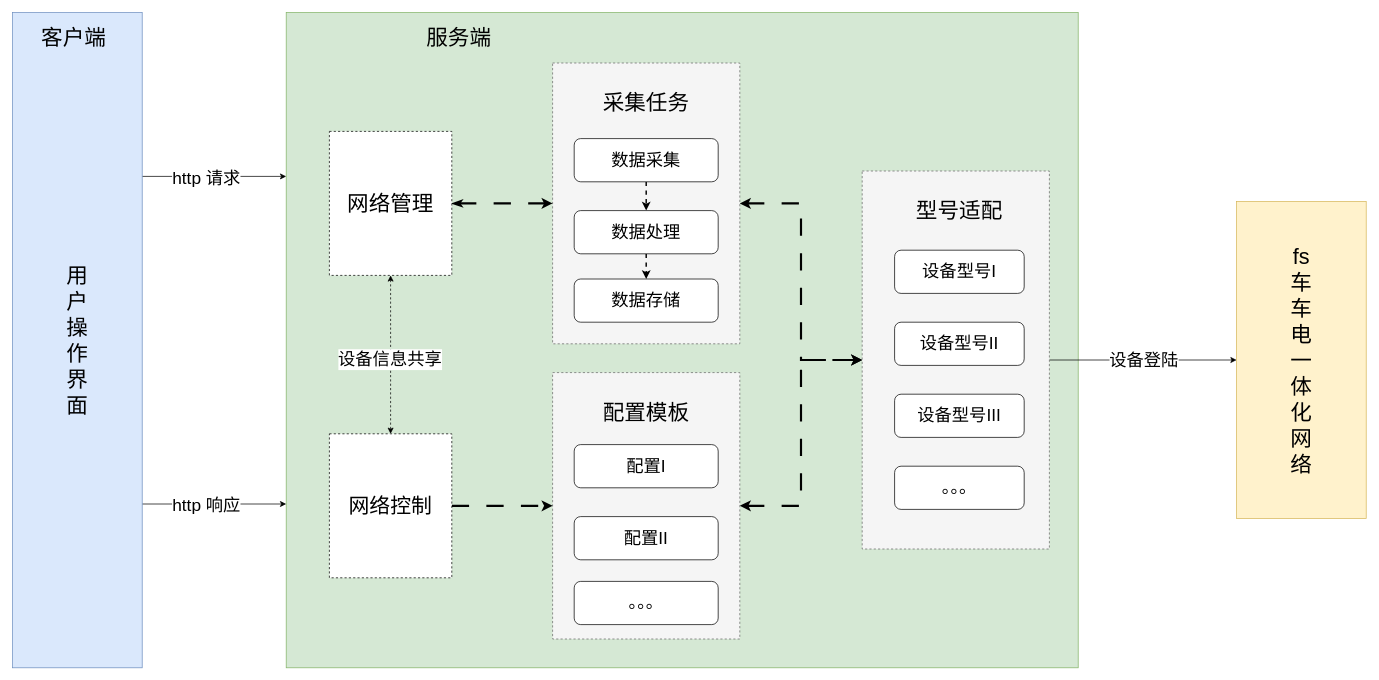
The draw.io diagram 三合一-过程.drawio in wdmlsx/xunjian, before the edit. Source tidied: cells renumbered, new cells numbered last; positions are measured from the earlier drawing's top-left corner, leaving out a move shared by most shapes. Both pictures are drawn from the tidied source at 72%, with x=0, y=0 at pixel (12, 12).
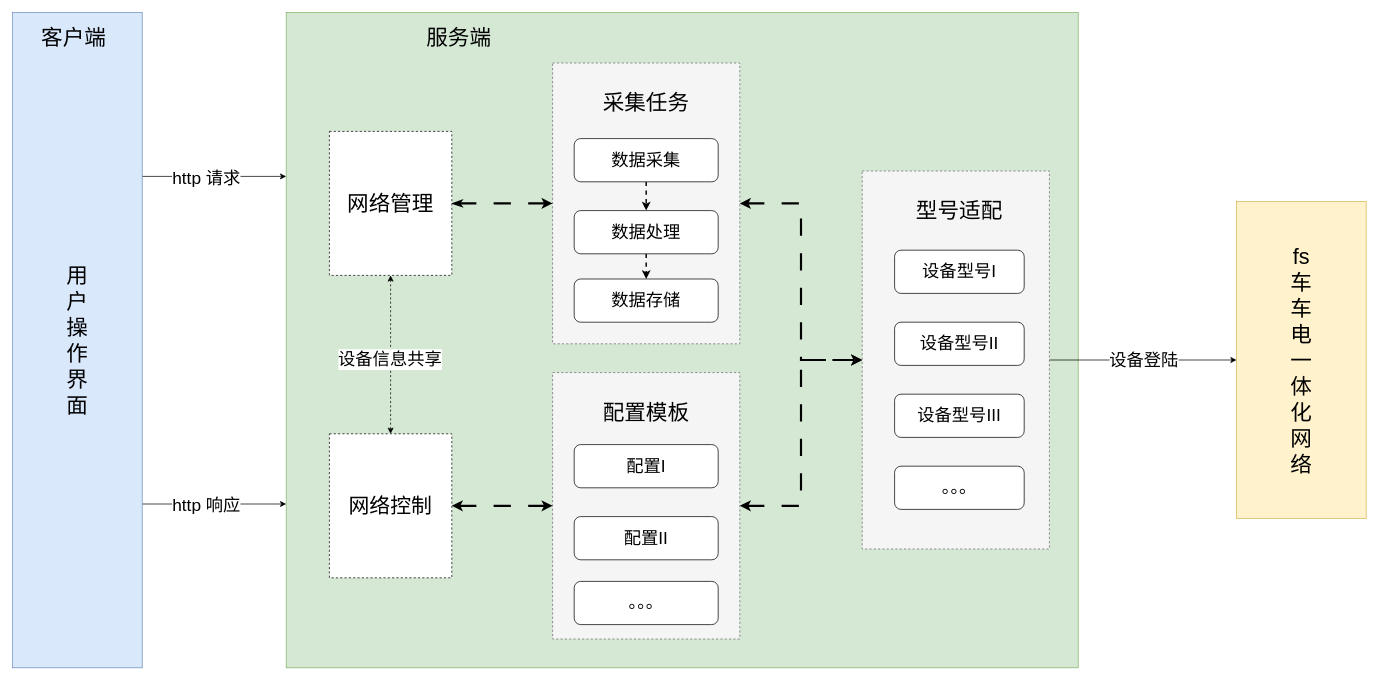
Above is the later version.

Commit message (it also covers changes not shown here):
更新三合一-过程.drawio

The change refers to these unchanged cells:
```xml
<mxCell id="4" style="rounded=0;whiteSpace=wrap;html=1;dashed=1;fillColor=#f5f5f5;fontColor=#333333;strokeColor=#666666;" parent="1" vertex="1">
  <mxGeometry x="750" y="500" width="260" height="370" as="geometry" />
</mxCell>
<mxCell id="27" value="&lt;font style=&quot;font-size: 29px;&quot;&gt;网络控制&lt;/font&gt;" style="rounded=0;whiteSpace=wrap;html=1;dashed=1;" parent="1" vertex="1">
  <mxGeometry x="440" y="585" width="170" height="200" as="geometry" />
</mxCell>
```

Change to the diagram source:
```diff
@@
-    <mxCell id="26" style="edgeStyle=orthogonalEdgeStyle;rounded=0;jettySize=auto;html=1;entryX=0;entryY=0.5;entryDx=0;entryDy=0;strokeWidth=3;dashed=1;dashPattern=8 8;" parent="1" edge="1" source="27" target="4">
+    <mxCell id="26" style="edgeStyle=orthogonalEdgeStyle;rounded=0;jettySize=auto;html=1;entryX=0;entryY=0.5;entryDx=0;entryDy=0;strokeWidth=3;dashed=1;dashPattern=8 8;startArrow=classic;startFill=1;" parent="1" edge="1" source="27" target="4">
       <mxGeometry relative="1" as="geometry" />
     </mxCell>
```
